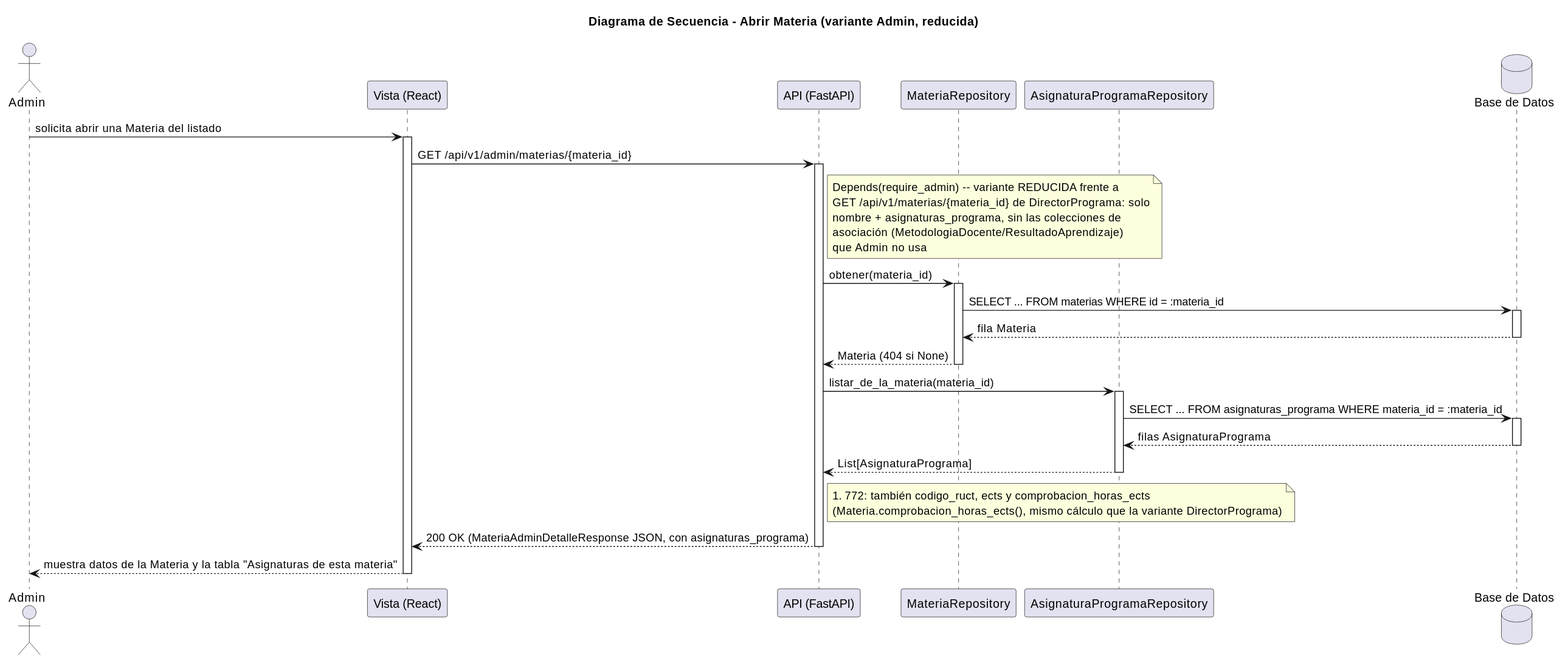
mmasias/pyCeldaPublico keeps this PlantUML diagram as images/RUP/03-diseño/casos-uso/abrirMateria/secuencia-admin.svg. Above is the earlier version.
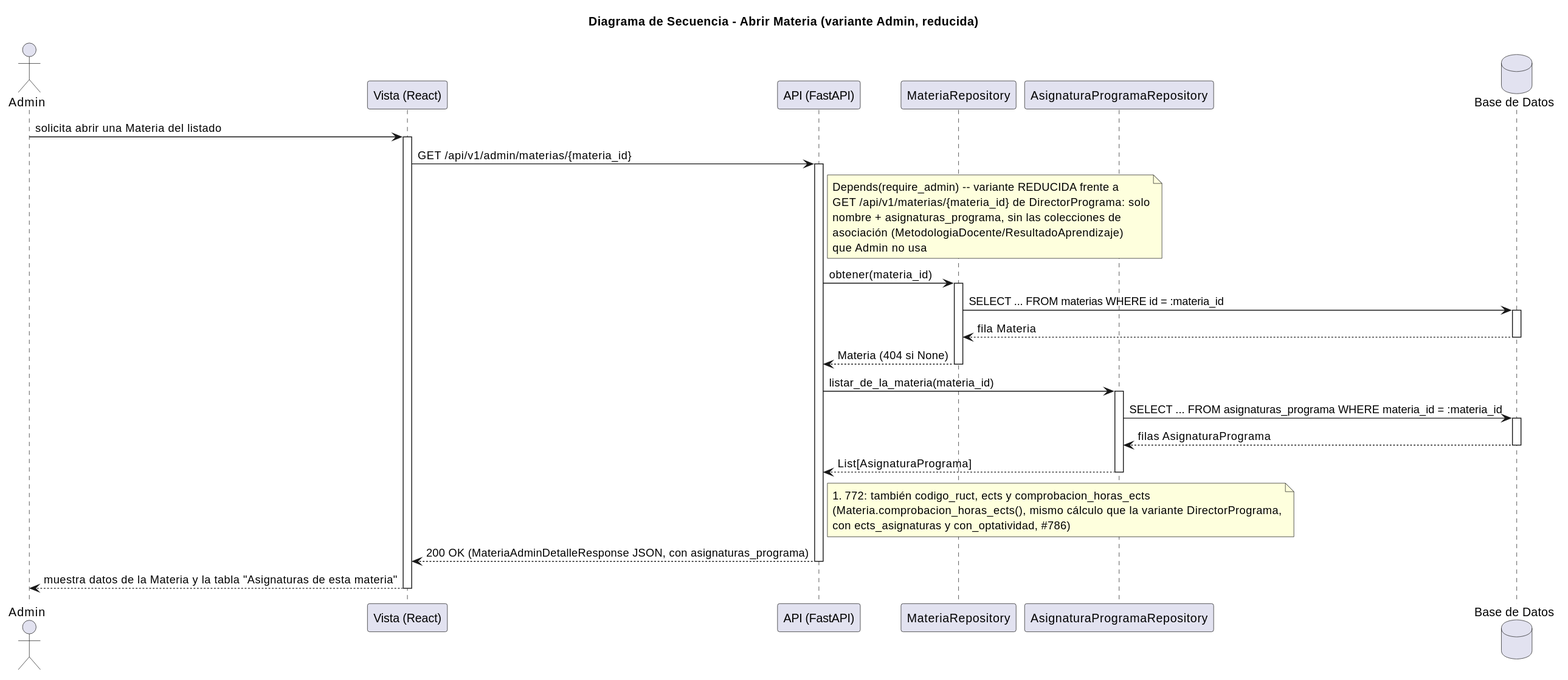
The same file after the commit.

Diff of the diagram source:
```diff
@@ -31,7 +31,7 @@
 AsignaturaProgramaRepo --> API: List[AsignaturaPrograma]
 deactivate AsignaturaProgramaRepo
 
-note right of API: #772: también codigo_ruct, ects y comprobacion_horas_ects\n(Materia.comprobacion_horas_ects(), mismo cálculo que la variante DirectorPrograma)
+note right of API: #772: también codigo_ruct, ects y comprobacion_horas_ects\n(Materia.comprobacion_horas_ects(), mismo cálculo que la variante DirectorPrograma,\ncon ects_asignaturas y con_optatividad, #786)
 API --> Vista: 200 OK (MateriaAdminDetalleResponse JSON, con asignaturas_programa)
 deactivate API
 Vista --> Admin: muestra datos de la Materia y la tabla "Asignaturas de esta materia"
```
